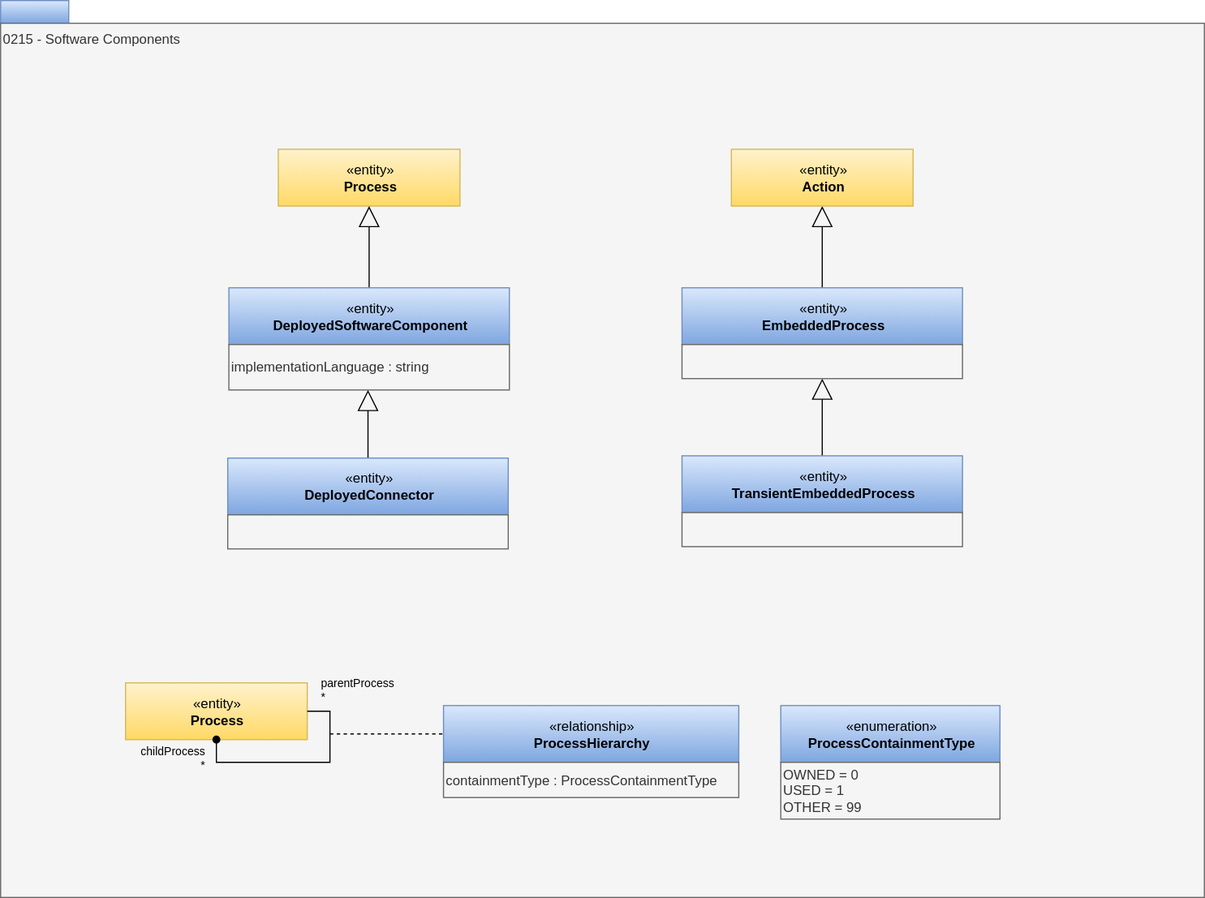
Earlier version of the draw.io export site/docs/types/2/0215-Software-Components.svg (odpi/egeria-docs). Source tidied: cells renumbered, new cells last; positions are measured from the earlier drawing's top-left corner, leaving out a move shared by most shapes. The source it was exported from:
```xml
<mxGraphModel>
  <root>
    <mxCell id="0" />
    <mxCell id="1" parent="0" />
    <mxCell id="2" style="rounded=0;whiteSpace=wrap;html=1;align=left;fillColor=#dae8fc;strokeColor=#6c8ebf;gradientColor=#7ea6e0;" parent="1" vertex="1">
      <mxGeometry width="60" height="20" as="geometry" />
    </mxCell>
    <mxCell id="3" value="0215 - Software Components" style="rounded=0;whiteSpace=wrap;html=1;align=left;verticalAlign=top;fillColor=#f5f5f5;fontColor=#333333;strokeColor=#666666;" parent="1" vertex="1">
      <mxGeometry y="20" width="1060" height="770" as="geometry" />
    </mxCell>
    <mxCell id="4" value="«entity»&lt;br&gt;&lt;b&gt;Process&lt;/b&gt;" style="html=1;strokeColor=#d6b656;align=center;fillColor=#fff2cc;gradientColor=#ffd966;" parent="1" vertex="1">
      <mxGeometry x="244.5" y="131" width="160" height="50" as="geometry" />
    </mxCell>
    <mxCell id="5" style="edgeStyle=orthogonalEdgeStyle;rounded=0;jettySize=auto;html=1;exitX=0.5;exitY=0;exitDx=0;exitDy=0;endArrow=block;endFill=0;endSize=16;" parent="1" edge="1" source="24" target="18">
      <mxGeometry x="-57" y="-1" as="geometry">
        <Array as="points">
          <mxPoint x="324" y="403" />
          <mxPoint x="324" y="403" />
        </Array>
      </mxGeometry>
    </mxCell>
    <mxCell id="6" style="edgeStyle=orthogonalEdgeStyle;rounded=0;jettySize=auto;html=1;endArrow=block;endFill=0;endSize=16;entryX=0.5;entryY=1;entryDx=0;entryDy=0;" parent="1" edge="1" source="22" target="21">
      <mxGeometry x="83" y="9" as="geometry">
        <Array as="points">
          <mxPoint x="724" y="361" />
          <mxPoint x="724" y="361" />
        </Array>
      </mxGeometry>
    </mxCell>
    <mxCell id="7" value="«entity»&lt;br&gt;&lt;b&gt;Process&lt;/b&gt;" style="html=1;strokeColor=#d6b656;align=center;fillColor=#fff2cc;gradientColor=#ffd966;" parent="1" vertex="1">
      <mxGeometry x="110" y="601" width="160" height="50" as="geometry" />
    </mxCell>
    <mxCell id="8" value="«relationship»&lt;br&gt;&lt;b&gt;ProcessHierarchy&lt;/b&gt;" style="html=1;strokeColor=#6c8ebf;align=center;fillColor=#dae8fc;gradientColor=#7ea6e0;" parent="1" vertex="1">
      <mxGeometry x="390" y="621" width="260" height="50" as="geometry" />
    </mxCell>
    <mxCell id="9" value="&lt;div style=&quot;text-align: left&quot;&gt;containmentType : ProcessContainmentType&lt;/div&gt;" style="rounded=0;whiteSpace=wrap;html=1;strokeColor=#666666;align=left;fillColor=#f5f5f5;fontColor=#333333;" parent="1" vertex="1">
      <mxGeometry x="390" y="671" width="260" height="31" as="geometry" />
    </mxCell>
    <mxCell id="10" style="endArrow=oval;html=1;edgeStyle=orthogonalEdgeStyle;exitX=1;exitY=0.5;exitDx=0;exitDy=0;entryX=0.5;entryY=1;entryDx=0;entryDy=0;rounded=0;endFill=1;" parent="1" edge="1" source="7" target="7">
      <mxGeometry relative="1" as="geometry">
        <Array as="points">
          <mxPoint x="290" y="626" />
          <mxPoint x="290" y="671" />
          <mxPoint x="190" y="671" />
        </Array>
      </mxGeometry>
    </mxCell>
    <mxCell id="11" value="parentProcess&lt;br&gt;*" style="html=1;align=left;verticalAlign=bottom;labelBackgroundColor=none;fontSize=10;" parent="10" vertex="1">
      <mxGeometry x="-1" relative="1" as="geometry">
        <mxPoint x="10" y="-5" as="offset" />
      </mxGeometry>
    </mxCell>
    <mxCell id="12" value="childProcess&lt;br&gt;*" style="html=1;align=right;verticalAlign=bottom;labelBackgroundColor=none;fontSize=10;" parent="10" vertex="1">
      <mxGeometry x="1" relative="1" as="geometry">
        <mxPoint x="-10" y="30" as="offset" />
      </mxGeometry>
    </mxCell>
    <mxCell id="13" style="endArrow=none;dashed=1;html=1;entryX=0;entryY=0.5;entryDx=0;entryDy=0;" parent="1" edge="1" target="8">
      <mxGeometry relative="1" as="geometry">
        <mxPoint x="290" y="646" as="sourcePoint" />
      </mxGeometry>
    </mxCell>
    <mxCell id="14" value="«enumeration»&lt;br&gt;&lt;b&gt;ProcessContainmentType&lt;/b&gt;" style="html=1;strokeColor=#6c8ebf;align=center;fillColor=#dae8fc;gradientColor=#7ea6e0;" parent="1" vertex="1">
      <mxGeometry x="687" y="621" width="193" height="50" as="geometry" />
    </mxCell>
    <mxCell id="15" value="&lt;div style=&quot;text-align: left&quot;&gt;OWNED = 0&lt;/div&gt;&lt;div style=&quot;text-align: left&quot;&gt;USED = 1&lt;/div&gt;&lt;div style=&quot;text-align: left&quot;&gt;OTHER = 99&lt;/div&gt;" style="rounded=0;whiteSpace=wrap;html=1;strokeColor=#666666;align=left;fillColor=#f5f5f5;fontColor=#333333;" parent="1" vertex="1">
      <mxGeometry x="687" y="671" width="193" height="50" as="geometry" />
    </mxCell>
    <mxCell id="16" style="edgeStyle=orthogonalEdgeStyle;rounded=0;jettySize=auto;html=1;exitX=0.5;exitY=0;exitDx=0;exitDy=0;endArrow=block;endFill=0;endSize=16;" parent="1" edge="1" source="17" target="4">
      <mxGeometry relative="1" as="geometry" />
    </mxCell>
    <mxCell id="17" value="«entity»&lt;br&gt;&lt;b&gt;DeployedSoftwareComponent&lt;/b&gt;" style="html=1;strokeColor=#6c8ebf;align=center;fillColor=#dae8fc;gradientColor=#7ea6e0;" parent="1" vertex="1">
      <mxGeometry x="201" y="253" width="247" height="50" as="geometry" />
    </mxCell>
    <mxCell id="18" value="implementationLanguage : string" style="rounded=0;whiteSpace=wrap;html=1;strokeColor=#666666;align=left;fillColor=#f5f5f5;fontColor=#333333;" parent="1" vertex="1">
      <mxGeometry x="201" y="303" width="247" height="40" as="geometry" />
    </mxCell>
    <mxCell id="19" style="edgeStyle=orthogonalEdgeStyle;rounded=0;jettySize=auto;html=1;exitX=0.5;exitY=0;exitDx=0;exitDy=0;endArrow=block;endFill=0;endSize=16;" parent="1" edge="1" source="20" target="26">
      <mxGeometry relative="1" as="geometry" />
    </mxCell>
    <mxCell id="20" value="«entity»&lt;br&gt;&lt;b&gt;EmbeddedProcess&lt;/b&gt;" style="html=1;strokeColor=#6c8ebf;align=center;fillColor=#dae8fc;gradientColor=#7ea6e0;" parent="1" vertex="1">
      <mxGeometry x="600" y="253" width="247" height="50" as="geometry" />
    </mxCell>
    <mxCell id="21" style="rounded=0;whiteSpace=wrap;html=1;strokeColor=#666666;align=left;fillColor=#f5f5f5;fontColor=#333333;" parent="1" vertex="1">
      <mxGeometry x="600" y="303" width="247" height="30" as="geometry" />
    </mxCell>
    <mxCell id="22" value="«entity»&lt;br&gt;&lt;b&gt;TransientEmbeddedProcess&lt;/b&gt;" style="html=1;strokeColor=#6c8ebf;align=center;fillColor=#dae8fc;gradientColor=#7ea6e0;" parent="1" vertex="1">
      <mxGeometry x="600" y="401" width="247" height="50" as="geometry" />
    </mxCell>
    <mxCell id="23" style="rounded=0;whiteSpace=wrap;html=1;strokeColor=#666666;align=left;fillColor=#f5f5f5;fontColor=#333333;" parent="1" vertex="1">
      <mxGeometry x="600" y="451" width="247" height="30" as="geometry" />
    </mxCell>
    <mxCell id="24" value="«entity»&lt;br&gt;&lt;b&gt;DeployedConnector&lt;/b&gt;" style="html=1;strokeColor=#6c8ebf;align=center;fillColor=#dae8fc;gradientColor=#7ea6e0;" parent="1" vertex="1">
      <mxGeometry x="200" y="403" width="247" height="50" as="geometry" />
    </mxCell>
    <mxCell id="25" style="rounded=0;whiteSpace=wrap;html=1;strokeColor=#666666;align=left;fillColor=#f5f5f5;fontColor=#333333;" parent="1" vertex="1">
      <mxGeometry x="200" y="453" width="247" height="30" as="geometry" />
    </mxCell>
    <mxCell id="26" value="«entity»&lt;br&gt;&lt;b&gt;Action&lt;/b&gt;" style="html=1;strokeColor=#d6b656;align=center;fillColor=#fff2cc;gradientColor=#ffd966;" parent="1" vertex="1">
      <mxGeometry x="643.5" y="131" width="160" height="50" as="geometry" />
    </mxCell>
  </root>
</mxGraphModel>
```
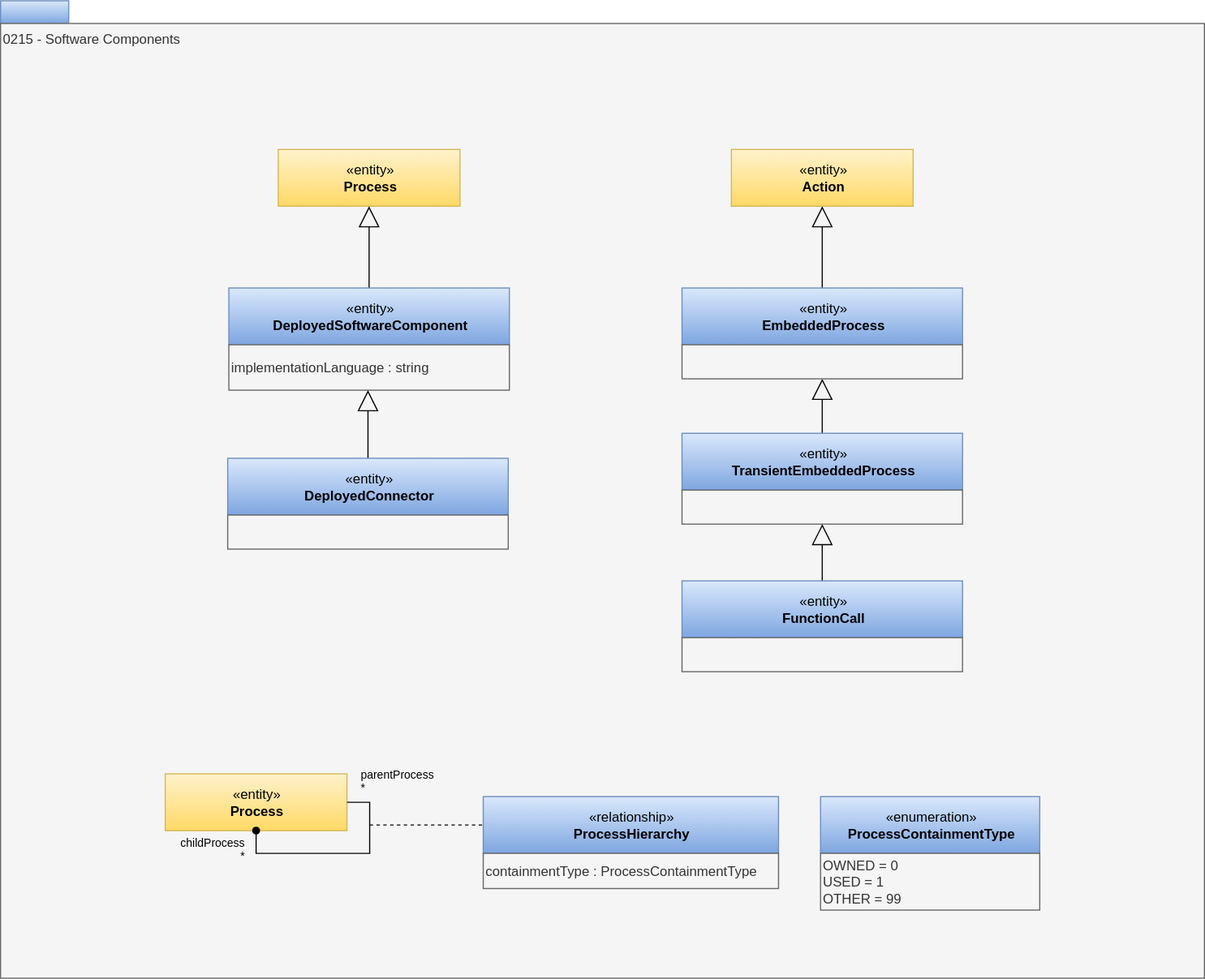
The same file after the commit.

Change to the diagram source:
```diff
@@ -6,7 +6,7 @@
       <mxGeometry width="60" height="20" as="geometry" />
     </mxCell>
     <mxCell id="3" value="0215 - Software Components" style="rounded=0;whiteSpace=wrap;html=1;align=left;verticalAlign=top;fillColor=#f5f5f5;fontColor=#333333;strokeColor=#666666;" parent="1" vertex="1">
-      <mxGeometry y="20" width="1060" height="770" as="geometry" />
+      <mxGeometry y="20" width="1060" height="841" as="geometry" />
     </mxCell>
     <mxCell id="4" value="«entity»&lt;br&gt;&lt;b&gt;Process&lt;/b&gt;" style="html=1;strokeColor=#d6b656;align=center;fillColor=#fff2cc;gradientColor=#ffd966;" parent="1" vertex="1">
       <mxGeometry x="244.5" y="131" width="160" height="50" as="geometry" />
@@ -28,20 +28,20 @@
       </mxGeometry>
     </mxCell>
     <mxCell id="7" value="«entity»&lt;br&gt;&lt;b&gt;Process&lt;/b&gt;" style="html=1;strokeColor=#d6b656;align=center;fillColor=#fff2cc;gradientColor=#ffd966;" parent="1" vertex="1">
-      <mxGeometry x="110" y="601" width="160" height="50" as="geometry" />
+      <mxGeometry x="145" y="681" width="160" height="50" as="geometry" />
     </mxCell>
     <mxCell id="8" value="«relationship»&lt;br&gt;&lt;b&gt;ProcessHierarchy&lt;/b&gt;" style="html=1;strokeColor=#6c8ebf;align=center;fillColor=#dae8fc;gradientColor=#7ea6e0;" parent="1" vertex="1">
-      <mxGeometry x="390" y="621" width="260" height="50" as="geometry" />
+      <mxGeometry x="425" y="701" width="260" height="50" as="geometry" />
     </mxCell>
     <mxCell id="9" value="&lt;div style=&quot;text-align: left&quot;&gt;containmentType : ProcessContainmentType&lt;/div&gt;" style="rounded=0;whiteSpace=wrap;html=1;strokeColor=#666666;align=left;fillColor=#f5f5f5;fontColor=#333333;" parent="1" vertex="1">
-      <mxGeometry x="390" y="671" width="260" height="31" as="geometry" />
+      <mxGeometry x="425" y="751" width="260" height="31" as="geometry" />
     </mxCell>
     <mxCell id="10" style="endArrow=oval;html=1;edgeStyle=orthogonalEdgeStyle;exitX=1;exitY=0.5;exitDx=0;exitDy=0;entryX=0.5;entryY=1;entryDx=0;entryDy=0;rounded=0;endFill=1;" parent="1" edge="1" source="7" target="7">
       <mxGeometry relative="1" as="geometry">
         <Array as="points">
-          <mxPoint x="290" y="626" />
-          <mxPoint x="290" y="671" />
-          <mxPoint x="190" y="671" />
+          <mxPoint x="325" y="706" />
+          <mxPoint x="325" y="751" />
+          <mxPoint x="225" y="751" />
         </Array>
       </mxGeometry>
     </mxCell>
@@ -57,14 +57,14 @@
     </mxCell>
     <mxCell id="13" style="endArrow=none;dashed=1;html=1;entryX=0;entryY=0.5;entryDx=0;entryDy=0;" parent="1" edge="1" target="8">
       <mxGeometry relative="1" as="geometry">
-        <mxPoint x="290" y="646" as="sourcePoint" />
+        <mxPoint x="325" y="726" as="sourcePoint" />
       </mxGeometry>
     </mxCell>
     <mxCell id="14" value="«enumeration»&lt;br&gt;&lt;b&gt;ProcessContainmentType&lt;/b&gt;" style="html=1;strokeColor=#6c8ebf;align=center;fillColor=#dae8fc;gradientColor=#7ea6e0;" parent="1" vertex="1">
-      <mxGeometry x="687" y="621" width="193" height="50" as="geometry" />
+      <mxGeometry x="722" y="701" width="193" height="50" as="geometry" />
     </mxCell>
     <mxCell id="15" value="&lt;div style=&quot;text-align: left&quot;&gt;OWNED = 0&lt;/div&gt;&lt;div style=&quot;text-align: left&quot;&gt;USED = 1&lt;/div&gt;&lt;div style=&quot;text-align: left&quot;&gt;OTHER = 99&lt;/div&gt;" style="rounded=0;whiteSpace=wrap;html=1;strokeColor=#666666;align=left;fillColor=#f5f5f5;fontColor=#333333;" parent="1" vertex="1">
-      <mxGeometry x="687" y="671" width="193" height="50" as="geometry" />
+      <mxGeometry x="722" y="751" width="193" height="50" as="geometry" />
     </mxCell>
     <mxCell id="16" style="edgeStyle=orthogonalEdgeStyle;rounded=0;jettySize=auto;html=1;exitX=0.5;exitY=0;exitDx=0;exitDy=0;endArrow=block;endFill=0;endSize=16;" parent="1" edge="1" source="17" target="4">
       <mxGeometry relative="1" as="geometry" />
@@ -85,10 +85,10 @@
       <mxGeometry x="600" y="303" width="247" height="30" as="geometry" />
     </mxCell>
     <mxCell id="22" value="«entity»&lt;br&gt;&lt;b&gt;TransientEmbeddedProcess&lt;/b&gt;" style="html=1;strokeColor=#6c8ebf;align=center;fillColor=#dae8fc;gradientColor=#7ea6e0;" parent="1" vertex="1">
-      <mxGeometry x="600" y="401" width="247" height="50" as="geometry" />
+      <mxGeometry x="600" y="381" width="247" height="50" as="geometry" />
     </mxCell>
     <mxCell id="23" style="rounded=0;whiteSpace=wrap;html=1;strokeColor=#666666;align=left;fillColor=#f5f5f5;fontColor=#333333;" parent="1" vertex="1">
-      <mxGeometry x="600" y="451" width="247" height="30" as="geometry" />
+      <mxGeometry x="600" y="431" width="247" height="30" as="geometry" />
     </mxCell>
     <mxCell id="24" value="«entity»&lt;br&gt;&lt;b&gt;DeployedConnector&lt;/b&gt;" style="html=1;strokeColor=#6c8ebf;align=center;fillColor=#dae8fc;gradientColor=#7ea6e0;" parent="1" vertex="1">
       <mxGeometry x="200" y="403" width="247" height="50" as="geometry" />
@@ -99,5 +99,14 @@
     <mxCell id="26" value="«entity»&lt;br&gt;&lt;b&gt;Action&lt;/b&gt;" style="html=1;strokeColor=#d6b656;align=center;fillColor=#fff2cc;gradientColor=#ffd966;" parent="1" vertex="1">
       <mxGeometry x="643.5" y="131" width="160" height="50" as="geometry" />
     </mxCell>
+    <mxCell id="27" style="edgeStyle=orthogonalEdgeStyle;rounded=0;jettySize=auto;html=1;endArrow=block;endFill=0;endSize=16;entryX=0.5;entryY=1;entryDx=0;entryDy=0;exitX=0.5;exitY=0;exitDx=0;exitDy=0;" parent="1" edge="1" source="28" target="23">
+      <mxGeometry x="83" y="9" as="geometry" />
+    </mxCell>
+    <mxCell id="28" value="«entity»&lt;br&gt;&lt;b&gt;FunctionCall&lt;/b&gt;" style="html=1;strokeColor=#6c8ebf;align=center;fillColor=#dae8fc;gradientColor=#7ea6e0;" parent="1" vertex="1">
+      <mxGeometry x="600" y="511" width="247" height="50" as="geometry" />
+    </mxCell>
+    <mxCell id="29" style="rounded=0;whiteSpace=wrap;html=1;strokeColor=#666666;align=left;fillColor=#f5f5f5;fontColor=#333333;" parent="1" vertex="1">
+      <mxGeometry x="600" y="561" width="247" height="30" as="geometry" />
+    </mxCell>
   </root>
 </mxGraphModel>
```
